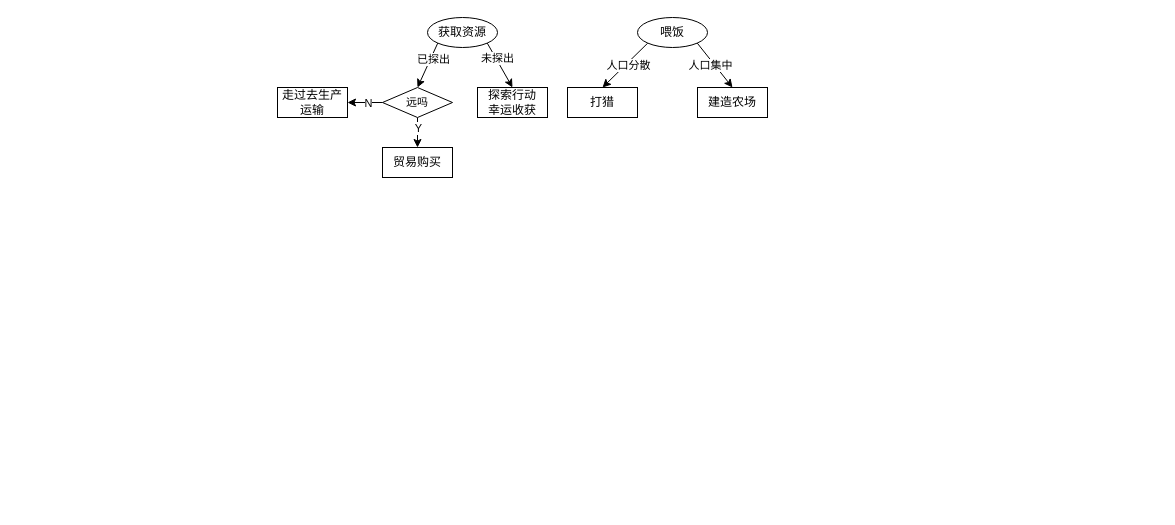
Before: civolution_game_guid.drawio in Ubinya/project_ax, a draw.io diagram. Source tidied: cells renumbered, new cells numbered last; positions are measured from the earlier drawing's top-left corner, leaving out a move shared by most shapes. Both pictures are drawn from the tidied source at 100%, with x=0, y=0 at pixel (277, 17).
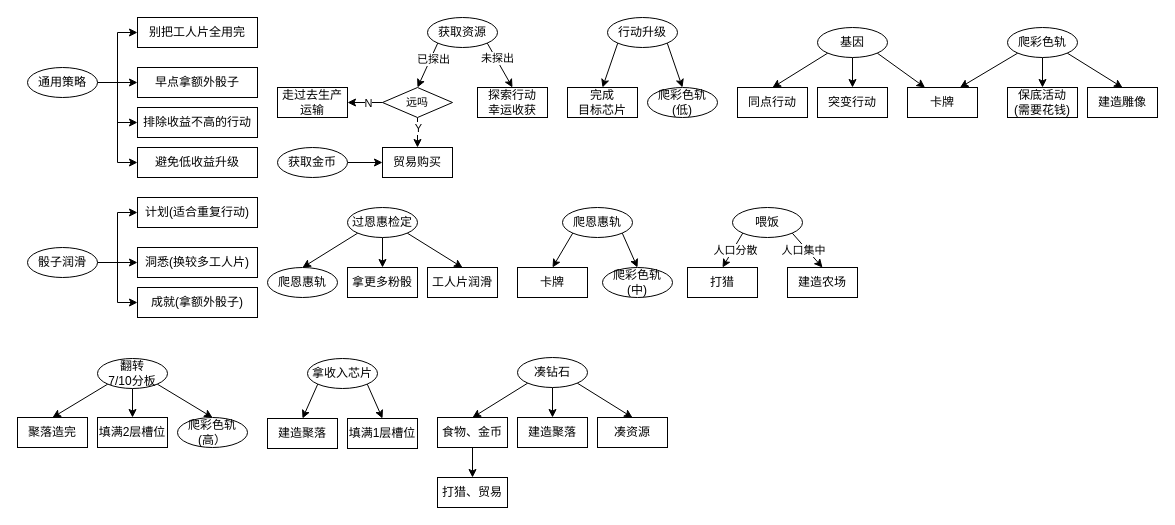
After the change.

The change refers to these unchanged cells:
```xml
<mxCell id="21" value="贸易购买" style="whiteSpace=wrap;html=1;" parent="1" vertex="1">
  <mxGeometry x="105" y="130" width="70" height="30" as="geometry" />
</mxCell>
```

Diff of the diagram source:
```diff
@@
-    <mxCell id="4" value="打猎" style="whiteSpace=wrap;html=1;" parent="1" vertex="1">
-      <mxGeometry x="290" y="70" width="70" height="30" as="geometry" />
-    </mxCell>
@@
-    <mxCell id="7" value="建造农场" style="whiteSpace=wrap;html=1;" parent="1" vertex="1">
-      <mxGeometry x="420" y="70" width="70" height="30" as="geometry" />
-    </mxCell>
@@
     <mxCell id="9" value="喂饭" style="ellipse;whiteSpace=wrap;html=1;" parent="1" vertex="1">
-      <mxGeometry x="360" width="70" height="30" as="geometry" />
+      <mxGeometry x="455" y="190" width="70" height="30" as="geometry" />
     </mxCell>
@@
+    <mxCell id="23" style="edgeStyle=orthogonalEdgeStyle;shape=connector;rounded=0;jettySize=auto;html=1;exitX=1;exitY=0.5;exitDx=0;exitDy=0;entryX=0;entryY=0.5;entryDx=0;entryDy=0;strokeColor=default;align=center;verticalAlign=middle;fontFamily=Helvetica;fontSize=11;fontColor=default;labelBackgroundColor=default;endArrow=classic;" parent="1" edge="1" source="27" target="28">
+      <mxGeometry relative="1" as="geometry" />
+    </mxCell>
+    <mxCell id="24" style="edgeStyle=orthogonalEdgeStyle;shape=connector;rounded=0;jettySize=auto;html=1;exitX=1;exitY=0.5;exitDx=0;exitDy=0;entryX=0;entryY=0.5;entryDx=0;entryDy=0;strokeColor=default;align=center;verticalAlign=middle;fontFamily=Helvetica;fontSize=11;fontColor=default;labelBackgroundColor=default;endArrow=classic;" parent="1" edge="1" source="27" target="29">
+      <mxGeometry relative="1" as="geometry" />
+    </mxCell>
+    <mxCell id="25" style="edgeStyle=orthogonalEdgeStyle;shape=connector;rounded=0;jettySize=auto;html=1;exitX=1;exitY=0.5;exitDx=0;exitDy=0;entryX=0;entryY=0.5;entryDx=0;entryDy=0;strokeColor=default;align=center;verticalAlign=middle;fontFamily=Helvetica;fontSize=11;fontColor=default;labelBackgroundColor=default;endArrow=classic;" parent="1" edge="1" source="27" target="30">
+      <mxGeometry relative="1" as="geometry" />
+    </mxCell>
+    <mxCell id="26" style="edgeStyle=orthogonalEdgeStyle;shape=connector;rounded=0;jettySize=auto;html=1;exitX=1;exitY=0.5;exitDx=0;exitDy=0;entryX=0;entryY=0.5;entryDx=0;entryDy=0;strokeColor=default;align=center;verticalAlign=middle;fontFamily=Helvetica;fontSize=11;fontColor=default;labelBackgroundColor=default;endArrow=classic;" parent="1" edge="1" source="27" target="31">
+      <mxGeometry relative="1" as="geometry" />
+    </mxCell>
+    <mxCell id="27" value="通用策略" style="ellipse;whiteSpace=wrap;html=1;" parent="1" vertex="1">
+      <mxGeometry x="-250" y="50" width="70" height="30" as="geometry" />
+    </mxCell>
+    <mxCell id="28" value="别把工人片全用完" style="whiteSpace=wrap;html=1;" parent="1" vertex="1">
+      <mxGeometry x="-140" width="120" height="30" as="geometry" />
+    </mxCell>
+    <mxCell id="29" value="早点拿额外骰子" style="whiteSpace=wrap;html=1;" parent="1" vertex="1">
+      <mxGeometry x="-140" y="50" width="120" height="30" as="geometry" />
+    </mxCell>
+    <mxCell id="30" value="排除收益不高的行动" style="whiteSpace=wrap;html=1;" parent="1" vertex="1">
+      <mxGeometry x="-140" y="90" width="120" height="30" as="geometry" />
+    </mxCell>
+    <mxCell id="31" value="避免低收益升级" style="whiteSpace=wrap;html=1;" parent="1" vertex="1">
+      <mxGeometry x="-140" y="130" width="120" height="30" as="geometry" />
+    </mxCell>
+    <mxCell id="32" style="edgeStyle=orthogonalEdgeStyle;shape=connector;rounded=0;jettySize=auto;html=1;exitX=1;exitY=0.5;exitDx=0;exitDy=0;entryX=0;entryY=0.5;entryDx=0;entryDy=0;strokeColor=default;align=center;verticalAlign=middle;fontFamily=Helvetica;fontSize=11;fontColor=default;labelBackgroundColor=default;endArrow=classic;" parent="1" edge="1" source="35" target="36">
+      <mxGeometry relative="1" as="geometry" />
+    </mxCell>
+    <mxCell id="33" style="edgeStyle=orthogonalEdgeStyle;shape=connector;rounded=0;jettySize=auto;html=1;exitX=1;exitY=0.5;exitDx=0;exitDy=0;entryX=0;entryY=0.5;entryDx=0;entryDy=0;strokeColor=default;align=center;verticalAlign=middle;fontFamily=Helvetica;fontSize=11;fontColor=default;labelBackgroundColor=default;endArrow=classic;" parent="1" edge="1" source="35" target="37">
+      <mxGeometry relative="1" as="geometry" />
+    </mxCell>
+    <mxCell id="34" style="edgeStyle=orthogonalEdgeStyle;shape=connector;rounded=0;jettySize=auto;html=1;exitX=1;exitY=0.5;exitDx=0;exitDy=0;entryX=0;entryY=0.5;entryDx=0;entryDy=0;strokeColor=default;align=center;verticalAlign=middle;fontFamily=Helvetica;fontSize=11;fontColor=default;labelBackgroundColor=default;endArrow=classic;" parent="1" edge="1" source="35" target="38">
+      <mxGeometry relative="1" as="geometry" />
+    </mxCell>
+    <mxCell id="35" value="骰子润滑" style="ellipse;whiteSpace=wrap;html=1;" parent="1" vertex="1">
+      <mxGeometry x="-250" y="230" width="70" height="30" as="geometry" />
+    </mxCell>
+    <mxCell id="36" value="计划(适合重复行动)" style="whiteSpace=wrap;html=1;" parent="1" vertex="1">
+      <mxGeometry x="-140" y="180" width="120" height="30" as="geometry" />
+    </mxCell>
+    <mxCell id="37" value="洞悉&lt;span style=&quot;background-color: transparent;&quot;&gt;(换较多工人片)&lt;/span&gt;" style="whiteSpace=wrap;html=1;" parent="1" vertex="1">
+      <mxGeometry x="-140" y="230" width="120" height="30" as="geometry" />
+    </mxCell>
+    <mxCell id="38" value="成就&lt;span style=&quot;background-color: transparent;&quot;&gt;(拿额外骰子)&lt;/span&gt;" style="whiteSpace=wrap;html=1;" parent="1" vertex="1">
+      <mxGeometry x="-140" y="270" width="120" height="30" as="geometry" />
+    </mxCell>
+    <mxCell id="39" style="shape=connector;rounded=0;jettySize=auto;html=1;exitX=0;exitY=1;exitDx=0;exitDy=0;entryX=0.5;entryY=0;entryDx=0;entryDy=0;strokeColor=default;align=center;verticalAlign=middle;fontFamily=Helvetica;fontSize=11;fontColor=default;labelBackgroundColor=default;endArrow=classic;" parent="1" edge="1" source="41" target="42">
+      <mxGeometry relative="1" as="geometry" />
+    </mxCell>
+    <mxCell id="40" style="shape=connector;rounded=0;jettySize=auto;html=1;exitX=1;exitY=1;exitDx=0;exitDy=0;strokeColor=default;align=center;verticalAlign=middle;fontFamily=Helvetica;fontSize=11;fontColor=default;labelBackgroundColor=default;endArrow=classic;entryX=0.5;entryY=0;entryDx=0;entryDy=0;" parent="1" edge="1" source="41" target="49">
+      <mxGeometry relative="1" as="geometry" />
+    </mxCell>
+    <mxCell id="41" value="行动升级" style="ellipse;whiteSpace=wrap;html=1;" parent="1" vertex="1">
+      <mxGeometry x="330" width="70" height="30" as="geometry" />
+    </mxCell>
+    <mxCell id="42" value="完成&lt;div&gt;目标芯片&lt;/div&gt;" style="whiteSpace=wrap;html=1;" parent="1" vertex="1">
+      <mxGeometry x="290" y="70" width="70" height="30" as="geometry" />
+    </mxCell>
+    <mxCell id="43" style="edgeStyle=none;shape=connector;rounded=0;jettySize=auto;html=1;exitX=1;exitY=1;exitDx=0;exitDy=0;entryX=0.5;entryY=0;entryDx=0;entryDy=0;strokeColor=default;align=center;verticalAlign=middle;fontFamily=Helvetica;fontSize=11;fontColor=default;labelBackgroundColor=default;endArrow=classic;" parent="1" edge="1" source="48" target="46">
+      <mxGeometry relative="1" as="geometry" />
+    </mxCell>
+    <mxCell id="44" style="edgeStyle=none;shape=connector;rounded=0;jettySize=auto;html=1;entryX=0.5;entryY=0;entryDx=0;entryDy=0;strokeColor=default;align=center;verticalAlign=middle;fontFamily=Helvetica;fontSize=11;fontColor=default;labelBackgroundColor=default;endArrow=classic;exitX=0.5;exitY=1;exitDx=0;exitDy=0;" parent="1" edge="1" source="48" target="47">
+      <mxGeometry relative="1" as="geometry" />
+    </mxCell>
+    <mxCell id="45" style="edgeStyle=none;shape=connector;rounded=0;jettySize=auto;html=1;exitX=0;exitY=1;exitDx=0;exitDy=0;entryX=0.75;entryY=0;entryDx=0;entryDy=0;strokeColor=default;align=center;verticalAlign=middle;fontFamily=Helvetica;fontSize=11;fontColor=default;labelBackgroundColor=default;endArrow=classic;" parent="1" edge="1" source="48" target="69">
+      <mxGeometry relative="1" as="geometry" />
+    </mxCell>
+    <mxCell id="46" value="建造雕像" style="whiteSpace=wrap;html=1;" parent="1" vertex="1">
+      <mxGeometry x="810" y="70" width="70" height="30" as="geometry" />
+    </mxCell>
+    <mxCell id="47" value="保底活动&lt;div&gt;(需要花钱)&lt;/div&gt;" style="whiteSpace=wrap;html=1;" parent="1" vertex="1">
+      <mxGeometry x="730" y="70" width="70" height="30" as="geometry" />
+    </mxCell>
+    <mxCell id="48" value="爬彩色轨" style="ellipse;whiteSpace=wrap;html=1;" parent="1" vertex="1">
+      <mxGeometry x="730" y="10" width="70" height="30" as="geometry" />
+    </mxCell>
+    <mxCell id="49" value="爬彩色轨&lt;div&gt;(低)&lt;/div&gt;" style="ellipse;whiteSpace=wrap;html=1;" parent="1" vertex="1">
+      <mxGeometry x="370" y="70" width="70" height="30" as="geometry" />
+    </mxCell>
+    <mxCell id="50" style="edgeStyle=none;shape=connector;rounded=0;jettySize=auto;html=1;exitX=0;exitY=1;exitDx=0;exitDy=0;entryX=0.5;entryY=0;entryDx=0;entryDy=0;strokeColor=default;align=center;verticalAlign=middle;fontFamily=Helvetica;fontSize=11;fontColor=default;labelBackgroundColor=default;endArrow=classic;" parent="1" edge="1" source="53" target="55">
+      <mxGeometry relative="1" as="geometry" />
+    </mxCell>
+    <mxCell id="51" style="edgeStyle=none;shape=connector;rounded=0;jettySize=auto;html=1;exitX=0.5;exitY=1;exitDx=0;exitDy=0;entryX=0.5;entryY=0;entryDx=0;entryDy=0;strokeColor=default;align=center;verticalAlign=middle;fontFamily=Helvetica;fontSize=11;fontColor=default;labelBackgroundColor=default;endArrow=classic;" parent="1" edge="1" source="53" target="56">
+      <mxGeometry relative="1" as="geometry" />
+    </mxCell>
+    <mxCell id="52" style="edgeStyle=none;shape=connector;rounded=0;jettySize=auto;html=1;exitX=1;exitY=1;exitDx=0;exitDy=0;entryX=0.5;entryY=0;entryDx=0;entryDy=0;strokeColor=default;align=center;verticalAlign=middle;fontFamily=Helvetica;fontSize=11;fontColor=default;labelBackgroundColor=default;endArrow=classic;" parent="1" edge="1" source="53" target="57">
+      <mxGeometry relative="1" as="geometry" />
+    </mxCell>
+    <mxCell id="53" value="凑钻石" style="ellipse;whiteSpace=wrap;html=1;" parent="1" vertex="1">
+      <mxGeometry x="240" y="340" width="70" height="30" as="geometry" />
+    </mxCell>
+    <mxCell id="54" style="edgeStyle=none;shape=connector;rounded=0;jettySize=auto;html=1;exitX=0.5;exitY=1;exitDx=0;exitDy=0;strokeColor=default;align=center;verticalAlign=middle;fontFamily=Helvetica;fontSize=11;fontColor=default;labelBackgroundColor=default;endArrow=classic;" parent="1" edge="1" source="55" target="70">
+      <mxGeometry relative="1" as="geometry" />
+    </mxCell>
+    <mxCell id="55" value="食物、金币" style="whiteSpace=wrap;html=1;" parent="1" vertex="1">
+      <mxGeometry x="160" y="400" width="70" height="30" as="geometry" />
+    </mxCell>
+    <mxCell id="56" value="建造聚落" style="whiteSpace=wrap;html=1;" parent="1" vertex="1">
+      <mxGeometry x="240" y="400" width="70" height="30" as="geometry" />
+    </mxCell>
+    <mxCell id="7" value="建造农场" style="whiteSpace=wrap;html=1;" parent="1" vertex="1">
+      <mxGeometry x="510" y="250" width="70" height="30" as="geometry" />
+    </mxCell>
+    <mxCell id="57" value="凑资源" style="whiteSpace=wrap;html=1;" parent="1" vertex="1">
+      <mxGeometry x="320" y="400" width="70" height="30" as="geometry" />
+    </mxCell>
+    <mxCell id="58" style="edgeStyle=none;shape=connector;rounded=0;jettySize=auto;html=1;exitX=0;exitY=1;exitDx=0;exitDy=0;entryX=0.5;entryY=0;entryDx=0;entryDy=0;strokeColor=default;align=center;verticalAlign=middle;fontFamily=Helvetica;fontSize=11;fontColor=default;labelBackgroundColor=default;endArrow=classic;" parent="1" edge="1" source="60" target="61">
+      <mxGeometry relative="1" as="geometry" />
+    </mxCell>
+    <mxCell id="59" style="edgeStyle=none;shape=connector;rounded=0;jettySize=auto;html=1;exitX=1;exitY=1;exitDx=0;exitDy=0;entryX=0.5;entryY=0;entryDx=0;entryDy=0;strokeColor=default;align=center;verticalAlign=middle;fontFamily=Helvetica;fontSize=11;fontColor=default;labelBackgroundColor=default;endArrow=classic;" parent="1" edge="1" source="60" target="62">
+      <mxGeometry relative="1" as="geometry" />
+    </mxCell>
+    <mxCell id="60" value="爬恩惠轨" style="ellipse;whiteSpace=wrap;html=1;" parent="1" vertex="1">
+      <mxGeometry x="285" y="190" width="70" height="30" as="geometry" />
+    </mxCell>
+    <mxCell id="61" value="卡牌" style="whiteSpace=wrap;html=1;" parent="1" vertex="1">
+      <mxGeometry x="240" y="250" width="70" height="30" as="geometry" />
+    </mxCell>
+    <mxCell id="62" value="爬彩色轨&lt;div&gt;(中)&lt;/div&gt;" style="ellipse;whiteSpace=wrap;html=1;" parent="1" vertex="1">
+      <mxGeometry x="325" y="250" width="70" height="30" as="geometry" />
+    </mxCell>
+    <mxCell id="63" style="edgeStyle=none;shape=connector;rounded=0;jettySize=auto;html=1;exitX=0.5;exitY=1;exitDx=0;exitDy=0;entryX=0.5;entryY=0;entryDx=0;entryDy=0;strokeColor=default;align=center;verticalAlign=middle;fontFamily=Helvetica;fontSize=11;fontColor=default;labelBackgroundColor=default;endArrow=classic;" parent="1" edge="1" source="66" target="68">
+      <mxGeometry relative="1" as="geometry" />
+    </mxCell>
+    <mxCell id="64" style="edgeStyle=none;shape=connector;rounded=0;jettySize=auto;html=1;exitX=0;exitY=1;exitDx=0;exitDy=0;entryX=0.5;entryY=0;entryDx=0;entryDy=0;strokeColor=default;align=center;verticalAlign=middle;fontFamily=Helvetica;fontSize=11;fontColor=default;labelBackgroundColor=default;endArrow=classic;" parent="1" edge="1" source="66" target="67">
+      <mxGeometry relative="1" as="geometry" />
+    </mxCell>
+    <mxCell id="65" style="edgeStyle=none;shape=connector;rounded=0;jettySize=auto;html=1;exitX=1;exitY=1;exitDx=0;exitDy=0;entryX=0.25;entryY=0;entryDx=0;entryDy=0;strokeColor=default;align=center;verticalAlign=middle;fontFamily=Helvetica;fontSize=11;fontColor=default;labelBackgroundColor=default;endArrow=classic;" parent="1" edge="1" source="66" target="69">
+      <mxGeometry relative="1" as="geometry" />
+    </mxCell>
+    <mxCell id="66" value="基因" style="ellipse;whiteSpace=wrap;html=1;" parent="1" vertex="1">
+      <mxGeometry x="540" y="10" width="70" height="30" as="geometry" />
+    </mxCell>
+    <mxCell id="67" value="同点行动" style="whiteSpace=wrap;html=1;" parent="1" vertex="1">
+      <mxGeometry x="460" y="70" width="70" height="30" as="geometry" />
+    </mxCell>
+    <mxCell id="68" value="突变行动" style="whiteSpace=wrap;html=1;" parent="1" vertex="1">
+      <mxGeometry x="540" y="70" width="70" height="30" as="geometry" />
+    </mxCell>
+    <mxCell id="69" value="卡牌" style="whiteSpace=wrap;html=1;" parent="1" vertex="1">
+      <mxGeometry x="630" y="70" width="70" height="30" as="geometry" />
+    </mxCell>
+    <mxCell id="70" value="打猎、贸易" style="whiteSpace=wrap;html=1;" parent="1" vertex="1">
+      <mxGeometry x="160" y="460" width="70" height="30" as="geometry" />
+    </mxCell>
+    <mxCell id="71" style="edgeStyle=none;shape=connector;rounded=0;jettySize=auto;html=1;exitX=1;exitY=0.5;exitDx=0;exitDy=0;entryX=0;entryY=0.5;entryDx=0;entryDy=0;strokeColor=default;align=center;verticalAlign=middle;fontFamily=Helvetica;fontSize=11;fontColor=default;labelBackgroundColor=default;endArrow=classic;" parent="1" edge="1" source="72" target="21">
+      <mxGeometry relative="1" as="geometry" />
+    </mxCell>
+    <mxCell id="72" value="获取金币" style="ellipse;whiteSpace=wrap;html=1;" parent="1" vertex="1">
+      <mxGeometry y="130" width="70" height="30" as="geometry" />
+    </mxCell>
+    <mxCell id="4" value="打猎" style="whiteSpace=wrap;html=1;" parent="1" vertex="1">
+      <mxGeometry x="410" y="250" width="70" height="30" as="geometry" />
+    </mxCell>
+    <mxCell id="73" style="edgeStyle=none;shape=connector;rounded=0;jettySize=auto;html=1;exitX=0;exitY=1;exitDx=0;exitDy=0;entryX=0.5;entryY=0;entryDx=0;entryDy=0;strokeColor=default;align=center;verticalAlign=middle;fontFamily=Helvetica;fontSize=11;fontColor=default;labelBackgroundColor=default;endArrow=classic;" parent="1" edge="1" source="75" target="77">
+      <mxGeometry relative="1" as="geometry" />
+    </mxCell>
+    <mxCell id="74" style="edgeStyle=none;shape=connector;rounded=0;jettySize=auto;html=1;exitX=1;exitY=1;exitDx=0;exitDy=0;entryX=0.5;entryY=0;entryDx=0;entryDy=0;strokeColor=default;align=center;verticalAlign=middle;fontFamily=Helvetica;fontSize=11;fontColor=default;labelBackgroundColor=default;endArrow=classic;" parent="1" edge="1" source="75" target="78">
+      <mxGeometry relative="1" as="geometry" />
+    </mxCell>
+    <mxCell id="75" value="拿收入芯片" style="ellipse;whiteSpace=wrap;html=1;" parent="1" vertex="1">
+      <mxGeometry x="30" y="341" width="70" height="30" as="geometry" />
+    </mxCell>
+    <mxCell id="76" style="edgeStyle=none;shape=connector;rounded=0;orthogonalLoop=1;jettySize=auto;html=1;exitX=0.5;exitY=1;exitDx=0;exitDy=0;strokeColor=default;align=center;verticalAlign=middle;fontFamily=Helvetica;fontSize=11;fontColor=default;labelBackgroundColor=default;endArrow=classic;" parent="1" edge="1" source="75" target="75">
+      <mxGeometry relative="1" as="geometry" />
+    </mxCell>
+    <mxCell id="77" value="建造聚落" style="whiteSpace=wrap;html=1;" parent="1" vertex="1">
+      <mxGeometry x="-10" y="401" width="70" height="30" as="geometry" />
+    </mxCell>
+    <mxCell id="78" value="填满1层槽位" style="whiteSpace=wrap;html=1;" parent="1" vertex="1">
+      <mxGeometry x="70" y="401" width="70" height="30" as="geometry" />
+    </mxCell>
+    <mxCell id="79" style="edgeStyle=none;shape=connector;rounded=0;jettySize=auto;html=1;exitX=0;exitY=1;exitDx=0;exitDy=0;entryX=0.5;entryY=0;entryDx=0;entryDy=0;strokeColor=default;align=center;verticalAlign=middle;fontFamily=Helvetica;fontSize=11;fontColor=default;labelBackgroundColor=default;endArrow=classic;" parent="1" edge="1" source="82" target="83">
+      <mxGeometry relative="1" as="geometry" />
+    </mxCell>
+    <mxCell id="80" style="edgeStyle=none;shape=connector;rounded=0;jettySize=auto;html=1;exitX=0.5;exitY=1;exitDx=0;exitDy=0;entryX=0.5;entryY=0;entryDx=0;entryDy=0;strokeColor=default;align=center;verticalAlign=middle;fontFamily=Helvetica;fontSize=11;fontColor=default;labelBackgroundColor=default;endArrow=classic;" parent="1" edge="1" source="82" target="84">
+      <mxGeometry relative="1" as="geometry" />
+    </mxCell>
+    <mxCell id="81" style="edgeStyle=none;shape=connector;rounded=0;jettySize=auto;html=1;exitX=1;exitY=1;exitDx=0;exitDy=0;entryX=0.5;entryY=0;entryDx=0;entryDy=0;strokeColor=default;align=center;verticalAlign=middle;fontFamily=Helvetica;fontSize=11;fontColor=default;labelBackgroundColor=default;endArrow=classic;" parent="1" edge="1" source="82" target="85">
+      <mxGeometry relative="1" as="geometry" />
+    </mxCell>
+    <mxCell id="82" value="翻转&lt;div&gt;7/10分板&lt;/div&gt;" style="ellipse;whiteSpace=wrap;html=1;" parent="1" vertex="1">
+      <mxGeometry x="-180" y="341" width="70" height="30" as="geometry" />
+    </mxCell>
+    <mxCell id="83" value="聚落造完" style="whiteSpace=wrap;html=1;" parent="1" vertex="1">
+      <mxGeometry x="-260" y="400" width="70" height="30" as="geometry" />
+    </mxCell>
+    <mxCell id="84" value="填满2层槽位" style="whiteSpace=wrap;html=1;" parent="1" vertex="1">
+      <mxGeometry x="-180" y="400" width="70" height="30" as="geometry" />
+    </mxCell>
+    <mxCell id="85" value="爬彩色轨(高）" style="ellipse;whiteSpace=wrap;html=1;" parent="1" vertex="1">
+      <mxGeometry x="-100" y="400" width="70" height="30" as="geometry" />
+    </mxCell>
+    <mxCell id="86" style="edgeStyle=none;shape=connector;rounded=0;jettySize=auto;html=1;exitX=0;exitY=1;exitDx=0;exitDy=0;entryX=0.5;entryY=0;entryDx=0;entryDy=0;strokeColor=default;align=center;verticalAlign=middle;fontFamily=Helvetica;fontSize=11;fontColor=default;labelBackgroundColor=default;endArrow=classic;" parent="1" edge="1" source="89" target="90">
+      <mxGeometry relative="1" as="geometry" />
+    </mxCell>
+    <mxCell id="87" style="edgeStyle=none;shape=connector;rounded=0;jettySize=auto;html=1;exitX=0.5;exitY=1;exitDx=0;exitDy=0;entryX=0.5;entryY=0;entryDx=0;entryDy=0;strokeColor=default;align=center;verticalAlign=middle;fontFamily=Helvetica;fontSize=11;fontColor=default;labelBackgroundColor=default;endArrow=classic;" parent="1" edge="1" source="89" target="91">
+      <mxGeometry relative="1" as="geometry" />
+    </mxCell>
+    <mxCell id="88" style="edgeStyle=none;shape=connector;rounded=0;jettySize=auto;html=1;exitX=1;exitY=1;exitDx=0;exitDy=0;entryX=0.5;entryY=0;entryDx=0;entryDy=0;strokeColor=default;align=center;verticalAlign=middle;fontFamily=Helvetica;fontSize=11;fontColor=default;labelBackgroundColor=default;endArrow=classic;" parent="1" edge="1" source="89" target="92">
+      <mxGeometry relative="1" as="geometry" />
+    </mxCell>
+    <mxCell id="89" value="过恩惠检定" style="ellipse;whiteSpace=wrap;html=1;" parent="1" vertex="1">
+      <mxGeometry x="70" y="190" width="70" height="30" as="geometry" />
+    </mxCell>
+    <mxCell id="90" value="爬恩惠轨" style="ellipse;whiteSpace=wrap;html=1;" parent="1" vertex="1">
+      <mxGeometry x="-10" y="250" width="70" height="30" as="geometry" />
+    </mxCell>
+    <mxCell id="91" value="拿更多粉骰" style="whiteSpace=wrap;html=1;" parent="1" vertex="1">
+      <mxGeometry x="70" y="250" width="70" height="30" as="geometry" />
+    </mxCell>
+    <mxCell id="92" value="工人片润滑" style="whiteSpace=wrap;html=1;" parent="1" vertex="1">
+      <mxGeometry x="150" y="250" width="70" height="30" as="geometry" />
+    </mxCell>
```
